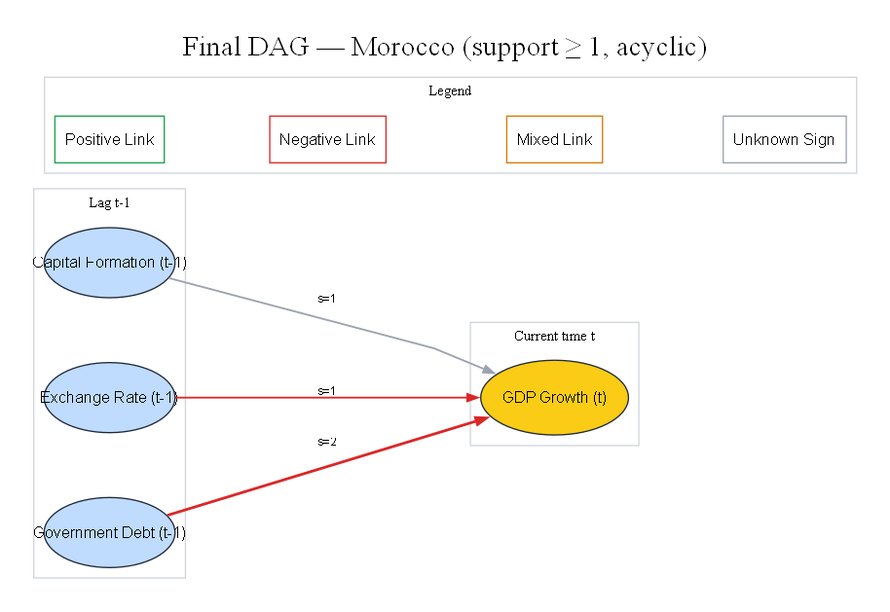
This is reports/figures/phase3E_dag/Morocco/dag_final_Morocco.png from biabakuya/causal-ml-macroeconomic-analysis, a Graphviz export, as it was before one commit. Its source is kept beside it as reports/figures/phase3E_dag/Morocco/dag_final_Morocco.dot.
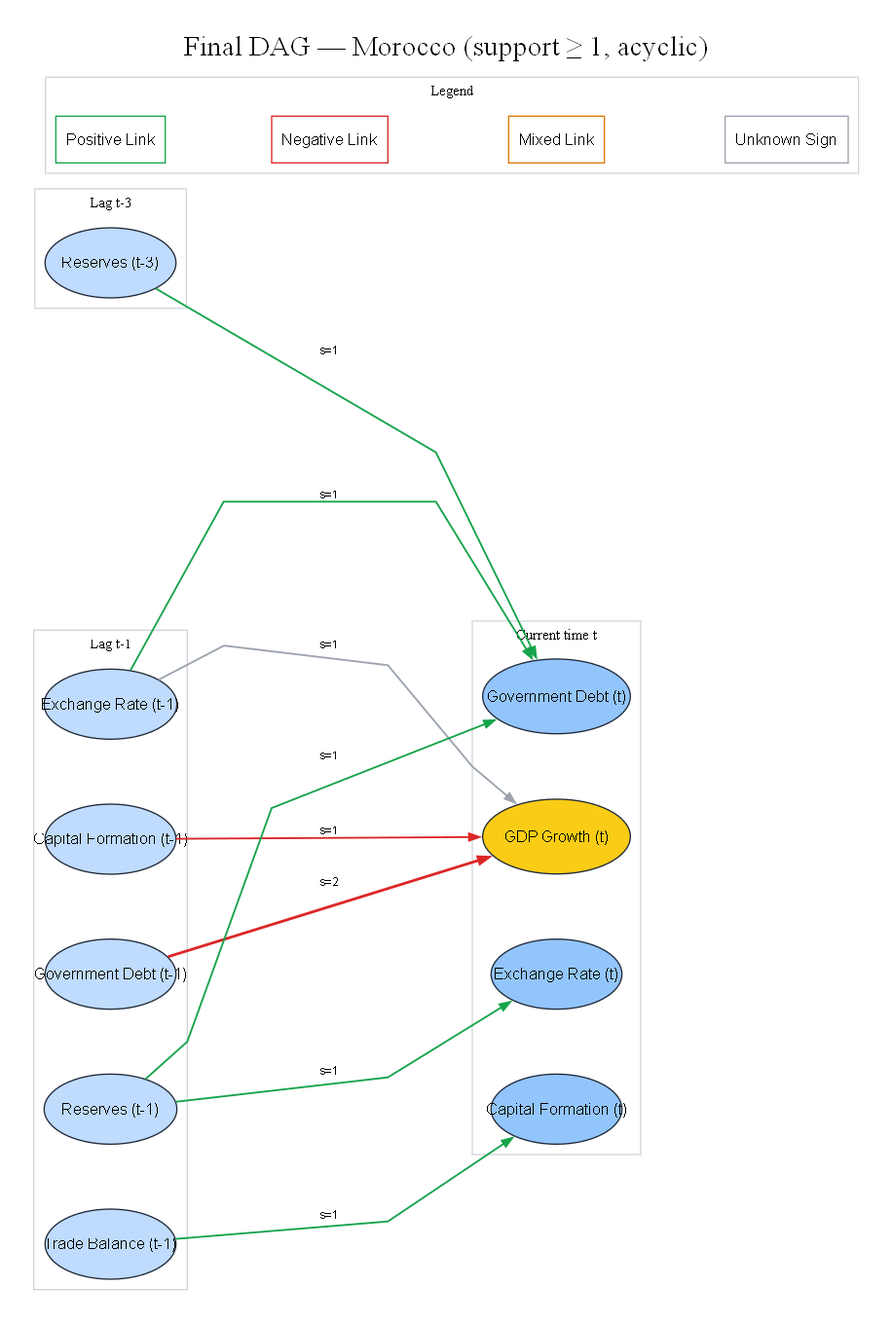
Above is the later version.

Diff of the diagram source:
```diff
@@ -3,21 +3,36 @@
 	graph [concentrate=false nodesep=0.7 overlap=false ranksep=1.0 splines=polyline]
 	node [color="#1f2937" fontname=Helvetica fontsize=12 shape=ellipse style=filled]
 	edge [arrowsize=0.8 fontname=Helvetica fontsize=9]
+	subgraph cluster_t3 {
+		color="#d1d5db" fontsize=11 label="Lag t-3"
+		rank=same
+		"Reserves__t-3" [label="Reserves (t-3)" fillcolor="#bfdbfe" fixedsize=true fontcolor=black height=0.75 width=1.4]
+	}
 	subgraph cluster_t1 {
 		color="#d1d5db" fontsize=11 label="Lag t-1"
 		rank=same
 		"Capital_Formation__t-1" [label="Capital Formation (t-1)" fillcolor="#bfdbfe" fixedsize=true fontcolor=black height=0.75 width=1.4]
-		"Exchange_Rate__t-1" [label="Exchange Rate (t-1)" fillcolor="#bfdbfe" fixedsize=true fontcolor=black height=0.75 width=1.4]
+		"Exchange_Rate__t-1" [label="Exchange Rate (t-1)" fillcolor="#bfdbfe" fixedsize=true fontcolor=black height=0.75 width=1.4200000000000002]
 		"Government_Debt__t-1" [label="Government Debt (t-1)" fillcolor="#bfdbfe" fixedsize=true fontcolor=black height=0.75 width=1.4]
+		"Reserves__t-1" [label="Reserves (t-1)" fillcolor="#bfdbfe" fixedsize=true fontcolor=black height=0.75 width=1.4200000000000002]
+		"Trade_Balance__t-1" [label="Trade Balance (t-1)" fillcolor="#bfdbfe" fixedsize=true fontcolor=black height=0.75 width=1.4]
 	}
 	subgraph cluster_t {
 		color="#d1d5db" fontsize=11 label="Current time t"
 		rank=same
+		Capital_Formation__t [label="Capital Formation (t)" fillcolor="#93c5fd" fixedsize=true fontcolor=black height=0.75 width=1.4]
+		Exchange_Rate__t [label="Exchange Rate (t)" fillcolor="#93c5fd" fixedsize=true fontcolor=black height=0.75 width=1.4]
 		GDP_Growth__t [label="GDP Growth (t)" fillcolor="#facc15" fixedsize=true fontcolor=black height=0.8 width=1.58]
+		Government_Debt__t [label="Government Debt (t)" fillcolor="#93c5fd" fixedsize=true fontcolor=black height=0.8 width=1.58]
 	}
 	"Government_Debt__t-1" -> GDP_Growth__t [label="s=2" color="#dc2626" minlen=2 penwidth=2.0999999999999996]
-	"Exchange_Rate__t-1" -> GDP_Growth__t [label="s=1" color="#dc2626" minlen=2 penwidth=1.4]
-	"Capital_Formation__t-1" -> GDP_Growth__t [label="s=1" color="#9ca3af" minlen=2 penwidth=1.4]
+	"Capital_Formation__t-1" -> GDP_Growth__t [label="s=1" color="#dc2626" minlen=2 penwidth=1.4]
+	"Trade_Balance__t-1" -> Capital_Formation__t [label="s=1" color="#16a34a" minlen=2 penwidth=1.4]
+	"Reserves__t-1" -> Exchange_Rate__t [label="s=1" color="#16a34a" minlen=2 penwidth=1.4]
+	"Reserves__t-1" -> Government_Debt__t [label="s=1" color="#16a34a" minlen=2 penwidth=1.4]
+	"Reserves__t-3" -> Government_Debt__t [label="s=1" color="#16a34a" minlen=2 penwidth=1.4]
+	"Exchange_Rate__t-1" -> Government_Debt__t [label="s=1" color="#16a34a" minlen=2 penwidth=1.4]
+	"Exchange_Rate__t-1" -> GDP_Growth__t [label="s=1" color="#9ca3af" minlen=2 penwidth=1.4]
 	subgraph cluster_legend {
 		color="#d1d5db" fontsize=11 label=Legend
 		Lpos [label="Positive Link" color="#16a34a" fillcolor=white shape=box style=filled]
```
